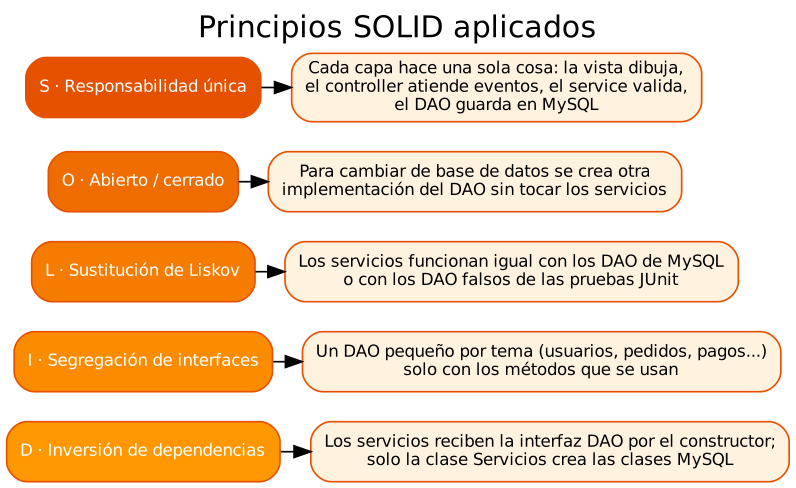
Before: docs/diagramas/solid.png, a diagram exported from Graphviz (tonylee-ops/don-caffeto-apf3). Its source is kept beside it as docs/diagramas/solid.dot.
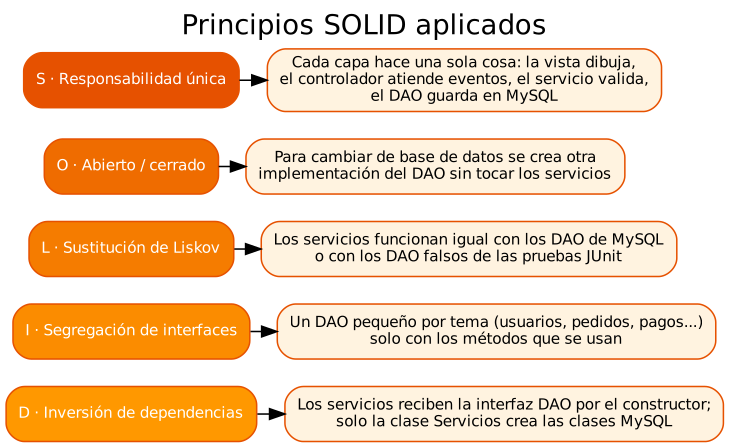
The same diagram one commit later.

Change to the diagram source:
```diff
@@ -7,7 +7,7 @@
   I [label="I · Segregación de interfaces", fillcolor="#FB8C00", fontcolor=white];
   D [label="D · Inversión de dependencias", fillcolor="#FF9800", fontcolor=white];
   node [fillcolor="#FFF3E0"];
-  S1 [label="Cada capa hace una sola cosa: la vista dibuja,\nel controller atiende eventos, el service valida,\nel DAO guarda en MySQL"];
+  S1 [label="Cada capa hace una sola cosa: la vista dibuja,\nel controlador atiende eventos, el servicio valida,\nel DAO guarda en MySQL"];
   O1 [label="Para cambiar de base de datos se crea otra\nimplementación del DAO sin tocar los servicios"];
   L1 [label="Los servicios funcionan igual con los DAO de MySQL\no con los DAO falsos de las pruebas JUnit"];
   I1 [label="Un DAO pequeño por tema (usuarios, pedidos, pagos...)\nsolo con los métodos que se usan"];
```
